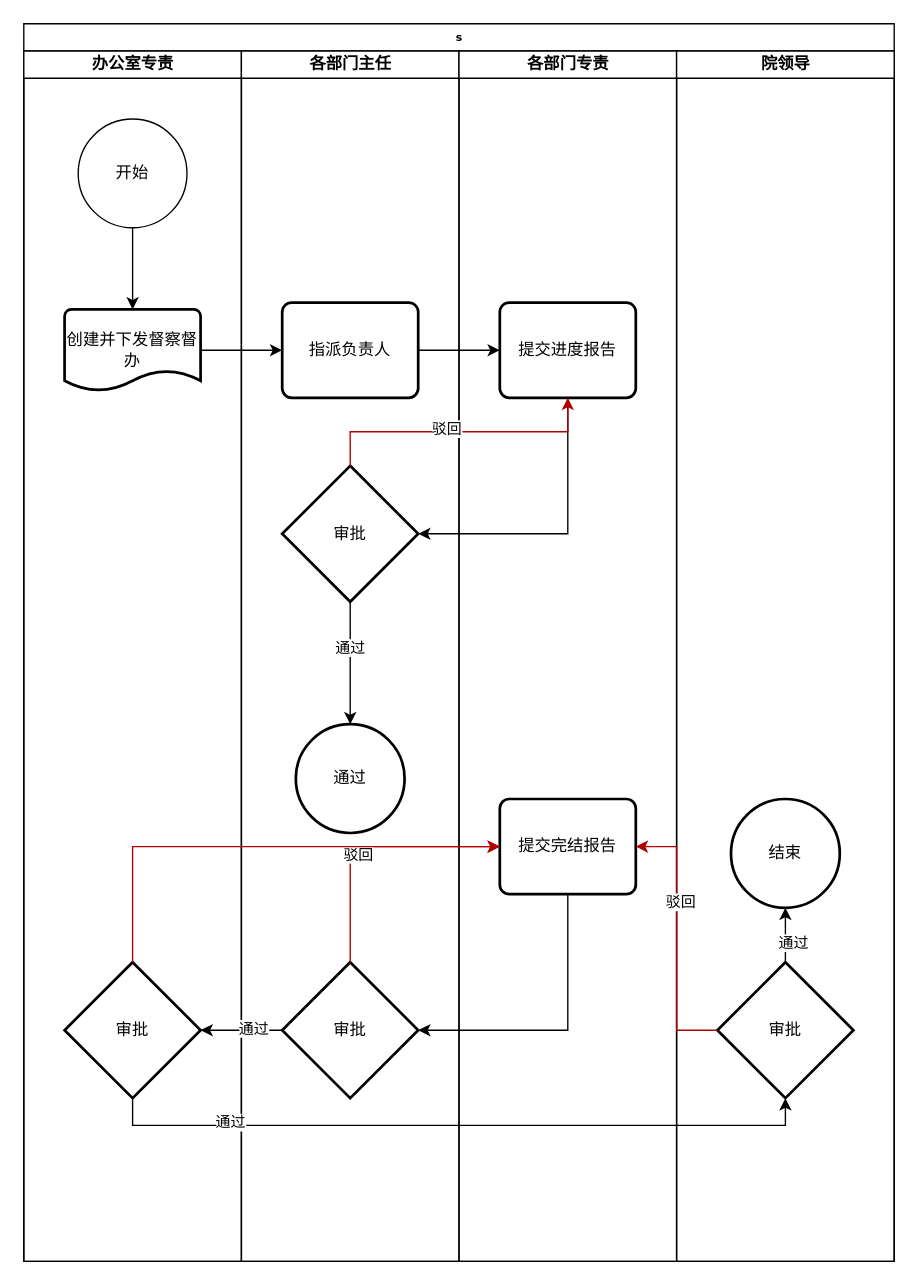
The draw.io diagram 未命名绘图.drawio in lee259/hello, before the edit. Source tidied: cells renumbered, new cells numbered last; positions are measured from the earlier drawing's top-left corner, leaving out a move shared by most shapes. Both pictures are drawn from the tidied source at 136%, with x=0, y=0 at pixel (23, 23).
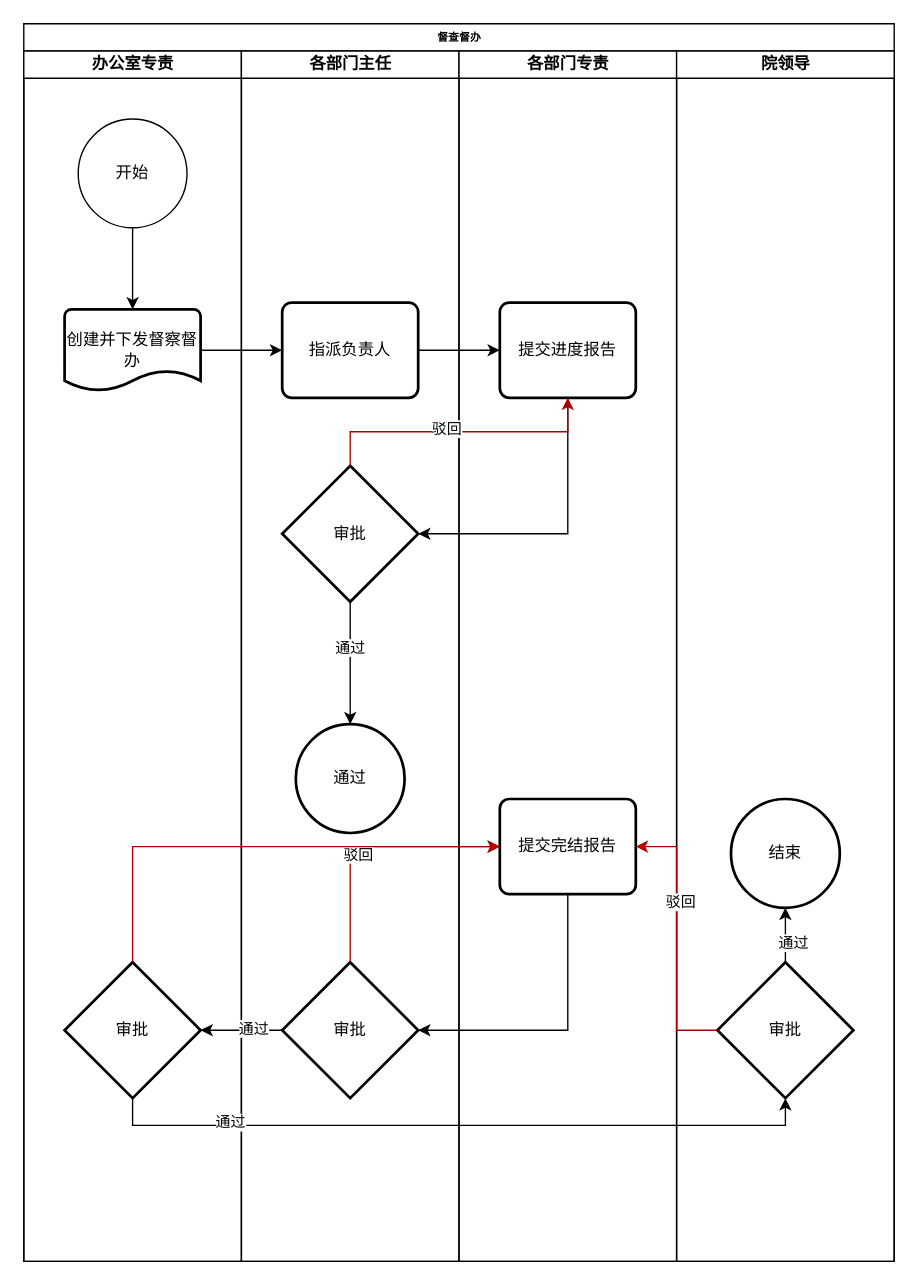
The same diagram, later.

The edit, as a diff of the source:
```diff
@@
-    <mxCell id="2" value="s" style="swimlane;html=1;startSize=20;rounded=0;shadow=0;labelBackgroundColor=none;strokeWidth=1;fontFamily=Verdana;fontSize=8;align=center;" parent="1" vertex="1">
+    <mxCell id="2" value="督查督办" style="swimlane;html=1;startSize=20;rounded=0;shadow=0;labelBackgroundColor=none;strokeWidth=1;fontFamily=Verdana;fontSize=8;align=center;" parent="1" vertex="1">
       <mxGeometry width="640" height="910" as="geometry" />
     </mxCell>
```
